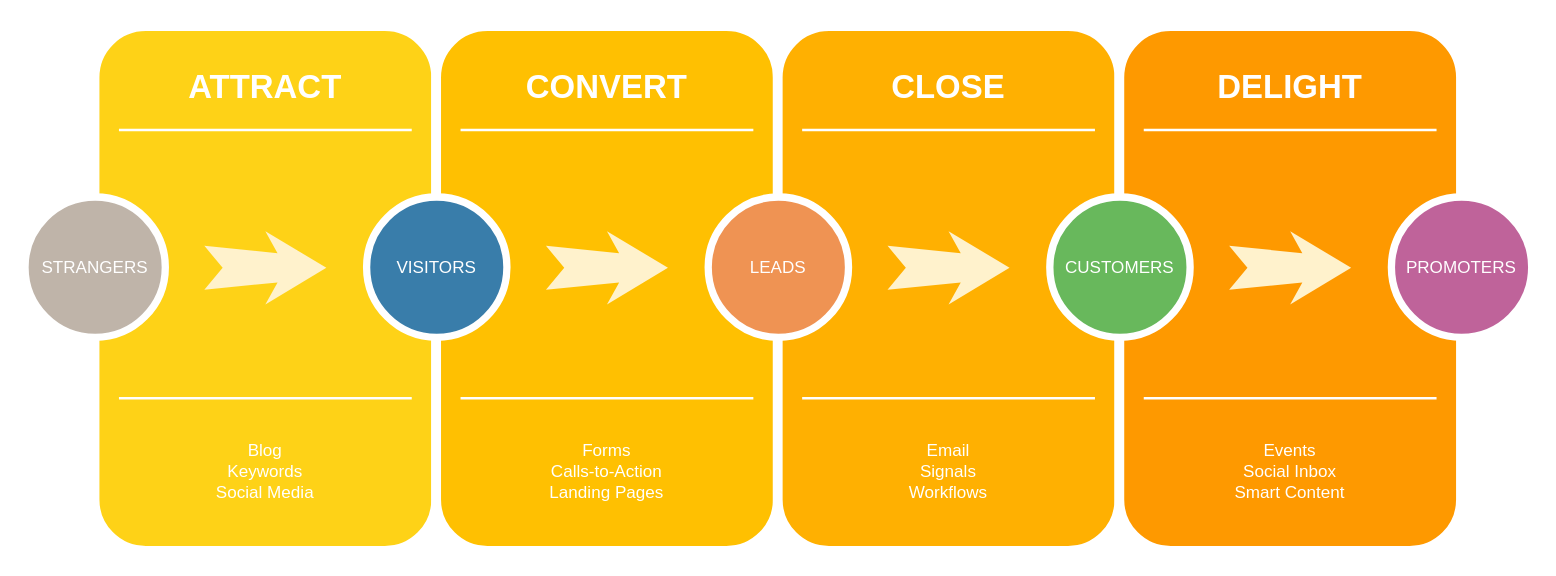
This is Managment/Design Workflow.drawio from Gutter-Guys/Gutter_Rat, a draw.io file, before an edit. Source tidied: cells renumbered, new cells numbered last; positions are measured from the earlier drawing's top-left corner, leaving out a move shared by most shapes. Both pictures are drawn from the tidied source at 122%, with x=0, y=0 at pixel (24, 26).
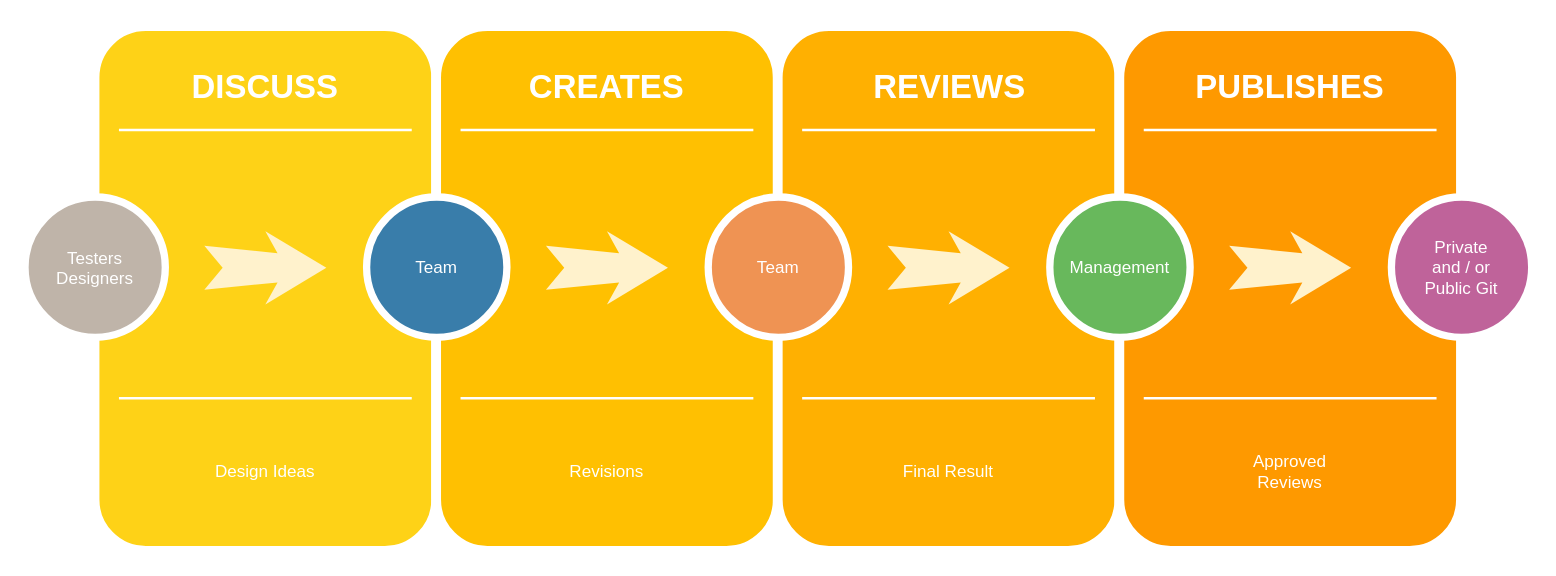
The same page after the edit.

Change to the diagram source:
```diff
@@
-    <mxCell id="3" value="ATTRACT" style="text;html=1;strokeColor=none;fillColor=none;align=center;verticalAlign=middle;whiteSpace=wrap;rounded=0;shadow=0;fontSize=27;fontColor=#FFFFFF;fontStyle=1;" parent="1" vertex="1">
+    <mxCell id="3" value="DISCUSS" style="text;html=1;strokeColor=none;fillColor=none;align=center;verticalAlign=middle;whiteSpace=wrap;rounded=0;shadow=0;fontSize=27;fontColor=#FFFFFF;fontStyle=1;" parent="1" vertex="1">
       <mxGeometry x="57" y="20" width="280" height="60" as="geometry" />
     </mxCell>
-    <mxCell id="4" value="Blog&lt;div&gt;Keywords&lt;/div&gt;&lt;div&gt;Social Media&lt;/div&gt;" style="text;html=1;strokeColor=none;fillColor=none;align=center;verticalAlign=middle;whiteSpace=wrap;rounded=0;shadow=0;fontSize=14;fontColor=#FFFFFF;" parent="1" vertex="1">
+    <mxCell id="4" value="Design Ideas" style="text;html=1;strokeColor=none;fillColor=none;align=center;verticalAlign=middle;whiteSpace=wrap;rounded=0;shadow=0;fontSize=14;fontColor=#FFFFFF;" parent="1" vertex="1">
       <mxGeometry x="57" y="320" width="280" height="90" as="geometry" />
     </mxCell>
@@
-    <mxCell id="7" value="STRANGERS" style="ellipse;whiteSpace=wrap;html=1;rounded=0;shadow=0;strokeWidth=6;fontSize=14;align=center;fillColor=#BFB4A9;strokeColor=#FFFFFF;fontColor=#FFFFFF;" parent="1" vertex="1">
+    <mxCell id="7" value="Testers&lt;br&gt;Designers" style="ellipse;whiteSpace=wrap;html=1;rounded=0;shadow=0;strokeWidth=6;fontSize=14;align=center;fillColor=#BFB4A9;strokeColor=#FFFFFF;fontColor=#FFFFFF;" parent="1" vertex="1">
       <mxGeometry y="140" width="115" height="115" as="geometry" />
     </mxCell>
@@
-    <mxCell id="10" value="CONVERT" style="text;html=1;strokeColor=none;fillColor=none;align=center;verticalAlign=middle;whiteSpace=wrap;rounded=0;shadow=0;fontSize=27;fontColor=#FFFFFF;fontStyle=1;" parent="1" vertex="1">
+    <mxCell id="10" value="CREATES" style="text;html=1;strokeColor=none;fillColor=none;align=center;verticalAlign=middle;whiteSpace=wrap;rounded=0;shadow=0;fontSize=27;fontColor=#FFFFFF;fontStyle=1;" parent="1" vertex="1">
       <mxGeometry x="337" y="20" width="280" height="60" as="geometry" />
     </mxCell>
-    <mxCell id="11" value="Forms&lt;div&gt;Calls-to-Action&lt;/div&gt;&lt;div&gt;Landing Pages&lt;/div&gt;" style="text;html=1;strokeColor=none;fillColor=none;align=center;verticalAlign=middle;whiteSpace=wrap;rounded=0;shadow=0;fontSize=14;fontColor=#FFFFFF;" parent="1" vertex="1">
+    <mxCell id="11" value="Revisions" style="text;html=1;strokeColor=none;fillColor=none;align=center;verticalAlign=middle;whiteSpace=wrap;rounded=0;shadow=0;fontSize=14;fontColor=#FFFFFF;" parent="1" vertex="1">
       <mxGeometry x="337" y="320" width="280" height="90" as="geometry" />
     </mxCell>
@@
-    <mxCell id="14" value="VISITORS" style="ellipse;whiteSpace=wrap;html=1;rounded=0;shadow=0;strokeWidth=6;fontSize=14;align=center;fillColor=#397DAA;strokeColor=#FFFFFF;fontColor=#FFFFFF;" parent="1" vertex="1">
+    <mxCell id="14" value="Team" style="ellipse;whiteSpace=wrap;html=1;rounded=0;shadow=0;strokeWidth=6;fontSize=14;align=center;fillColor=#397DAA;strokeColor=#FFFFFF;fontColor=#FFFFFF;" parent="1" vertex="1">
       <mxGeometry x="280" y="140" width="115" height="115" as="geometry" />
     </mxCell>
@@
-    <mxCell id="17" value="CLOSE" style="text;html=1;strokeColor=none;fillColor=none;align=center;verticalAlign=middle;whiteSpace=wrap;rounded=0;shadow=0;fontSize=27;fontColor=#FFFFFF;fontStyle=1;" parent="1" vertex="1">
-      <mxGeometry x="617" y="20" width="280" height="60" as="geometry" />
+    <mxCell id="17" value="REVIEWS" style="text;html=1;strokeColor=none;fillColor=none;align=center;verticalAlign=middle;whiteSpace=wrap;rounded=0;shadow=0;fontSize=27;fontColor=#FFFFFF;fontStyle=1;" parent="1" vertex="1">
+      <mxGeometry x="618" y="20" width="280" height="60" as="geometry" />
     </mxCell>
-    <mxCell id="18" value="Email&lt;div&gt;Signals&lt;/div&gt;&lt;div&gt;Workflows&lt;/div&gt;" style="text;html=1;strokeColor=none;fillColor=none;align=center;verticalAlign=middle;whiteSpace=wrap;rounded=0;shadow=0;fontSize=14;fontColor=#FFFFFF;" parent="1" vertex="1">
+    <mxCell id="18" value="Final Result" style="text;html=1;strokeColor=none;fillColor=none;align=center;verticalAlign=middle;whiteSpace=wrap;rounded=0;shadow=0;fontSize=14;fontColor=#FFFFFF;" parent="1" vertex="1">
       <mxGeometry x="617" y="320" width="280" height="90" as="geometry" />
     </mxCell>
@@
-    <mxCell id="21" value="LEADS" style="ellipse;whiteSpace=wrap;html=1;rounded=0;shadow=0;strokeWidth=6;fontSize=14;align=center;fillColor=#EF9353;strokeColor=#FFFFFF;fontColor=#FFFFFF;" parent="1" vertex="1">
+    <mxCell id="21" value="Team" style="ellipse;whiteSpace=wrap;html=1;rounded=0;shadow=0;strokeWidth=6;fontSize=14;align=center;fillColor=#EF9353;strokeColor=#FFFFFF;fontColor=#FFFFFF;" parent="1" vertex="1">
       <mxGeometry x="560" y="140" width="115" height="115" as="geometry" />
     </mxCell>
@@
-    <mxCell id="24" value="DELIGHT" style="text;html=1;strokeColor=none;fillColor=none;align=center;verticalAlign=middle;whiteSpace=wrap;rounded=0;shadow=0;fontSize=27;fontColor=#FFFFFF;fontStyle=1;" parent="1" vertex="1">
+    <mxCell id="24" value="PUBLISHES" style="text;html=1;strokeColor=none;fillColor=none;align=center;verticalAlign=middle;whiteSpace=wrap;rounded=0;shadow=0;fontSize=27;fontColor=#FFFFFF;fontStyle=1;" parent="1" vertex="1">
       <mxGeometry x="897" y="20" width="280" height="60" as="geometry" />
     </mxCell>
-    <mxCell id="25" value="Events&lt;div&gt;Social Inbox&lt;/div&gt;&lt;div&gt;Smart Content&lt;/div&gt;" style="text;html=1;strokeColor=none;fillColor=none;align=center;verticalAlign=middle;whiteSpace=wrap;rounded=0;shadow=0;fontSize=14;fontColor=#FFFFFF;" parent="1" vertex="1">
+    <mxCell id="25" value="Approved&lt;br&gt;Reviews " style="text;html=1;strokeColor=none;fillColor=none;align=center;verticalAlign=middle;whiteSpace=wrap;rounded=0;shadow=0;fontSize=14;fontColor=#FFFFFF;" parent="1" vertex="1">
       <mxGeometry x="897" y="320" width="280" height="90" as="geometry" />
     </mxCell>
@@
-    <mxCell id="28" value="CUSTOMERS" style="ellipse;whiteSpace=wrap;html=1;rounded=0;shadow=0;strokeWidth=6;fontSize=14;align=center;fillColor=#68B85C;strokeColor=#FFFFFF;fontColor=#FFFFFF;" parent="1" vertex="1">
+    <mxCell id="28" value="Management" style="ellipse;whiteSpace=wrap;html=1;rounded=0;shadow=0;strokeWidth=6;fontSize=14;align=center;fillColor=#68B85C;strokeColor=#FFFFFF;fontColor=#FFFFFF;" parent="1" vertex="1">
       <mxGeometry x="840" y="140" width="115" height="115" as="geometry" />
     </mxCell>
@@
-    <mxCell id="30" value="PROMOTERS" style="ellipse;whiteSpace=wrap;html=1;rounded=0;shadow=0;strokeWidth=6;fontSize=14;align=center;fillColor=#BF639A;strokeColor=#FFFFFF;fontColor=#FFFFFF;" parent="1" vertex="1">
+    <mxCell id="30" value="Private&lt;br&gt;and / or&lt;br&gt;Public Git" style="ellipse;whiteSpace=wrap;html=1;rounded=0;shadow=0;strokeWidth=6;fontSize=14;align=center;fillColor=#BF639A;strokeColor=#FFFFFF;fontColor=#FFFFFF;" parent="1" vertex="1">
       <mxGeometry x="1120" y="140" width="115" height="115" as="geometry" />
     </mxCell>
```
